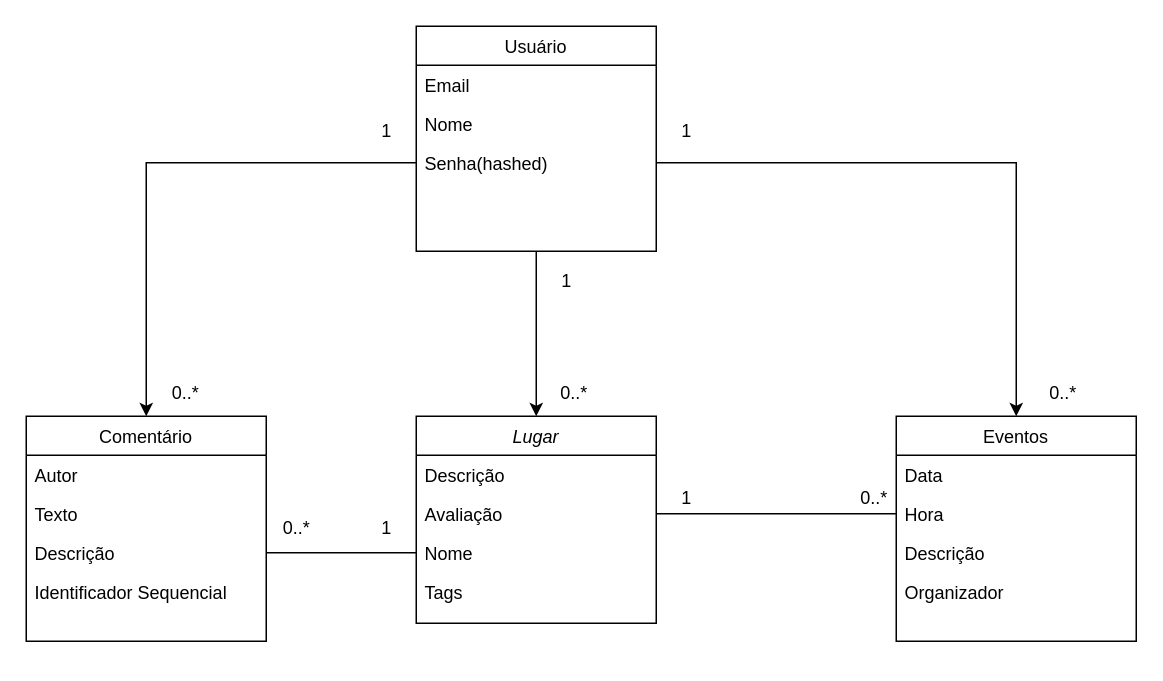
Earlier version of the draw.io diagram Locus.drawio (azevedofelipe/LocusPUC). Source tidied: cells renumbered, new cells numbered last; positions are measured from the earlier drawing's top-left corner, leaving out a move shared by most shapes. Both pictures are drawn from the tidied source at 150%, with x=0, y=0 at pixel (26, 26).
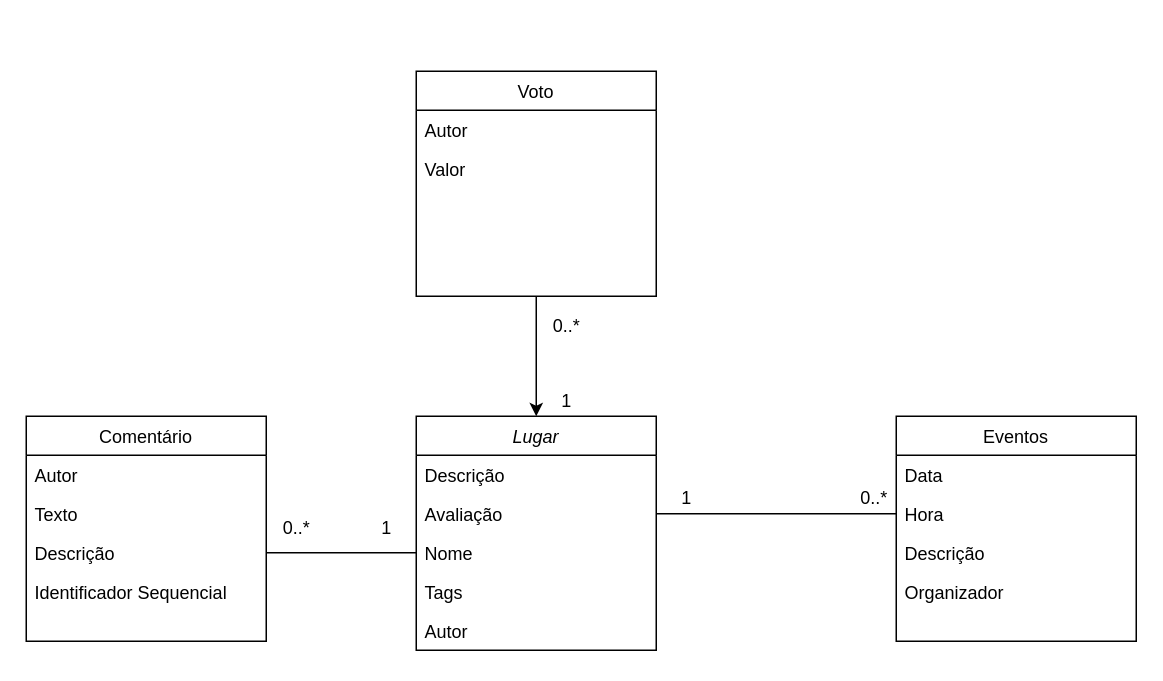
The same diagram, later.

The change refers to these unchanged cells:
```xml
<mxCell id="7" value="Eventos" style="swimlane;fontStyle=0;align=center;verticalAlign=top;horizontal=1;startSize=26;rounded=0;shadow=0;strokeWidth=1;" parent="1" vertex="1">
  <mxGeometry x="580" y="260" width="160" height="150" as="geometry" />
</mxCell>
<mxCell id="14" value="Comentário" style="swimlane;fontStyle=0;align=center;verticalAlign=top;horizontal=1;startSize=26;rounded=0;shadow=0;strokeWidth=1;" parent="1" vertex="1">
  <mxGeometry y="260" width="160" height="150" as="geometry" />
</mxCell>
```

The edit, as a diff of the source:
```diff
@@
     <mxCell id="2" value="Lugar" style="swimlane;fontStyle=2;align=center;verticalAlign=top;horizontal=1;startSize=26;rounded=0;shadow=0;strokeWidth=1;" parent="1" vertex="1">
-      <mxGeometry x="260" y="260" width="160" height="138" as="geometry" />
+      <mxGeometry x="260" y="260" width="160" height="156" as="geometry" />
     </mxCell>
@@
+    <mxCell id="36" value="Autor" style="text;align=left;verticalAlign=top;spacingLeft=4;spacingRight=4;overflow=hidden;rounded=0;shadow=0;html=0;" parent="2" vertex="1">
+      <mxGeometry y="130" width="160" height="26" as="geometry" />
+    </mxCell>
@@
-    <mxCell id="23" style="edgeStyle=orthogonalEdgeStyle;rounded=0;jettySize=auto;html=1;exitX=0.5;exitY=1;exitDx=0;exitDy=0;entryX=0.5;entryY=0;entryDx=0;entryDy=0;" parent="1" edge="1" source="24" target="2">
-      <mxGeometry relative="1" as="geometry" />
-    </mxCell>
-    <mxCell id="24" value="Usuário" style="swimlane;fontStyle=0;align=center;verticalAlign=top;horizontal=1;startSize=26;rounded=0;shadow=0;strokeWidth=1;" parent="1" vertex="1">
-      <mxGeometry x="260" width="160" height="150" as="geometry" />
-    </mxCell>
-    <mxCell id="25" value="Email" style="text;align=left;verticalAlign=top;spacingLeft=4;spacingRight=4;overflow=hidden;" parent="24" vertex="1">
-      <mxGeometry y="26" width="160" height="26" as="geometry" />
-    </mxCell>
-    <mxCell id="26" value="Nome" style="text;align=left;verticalAlign=top;spacingLeft=4;spacingRight=4;overflow=hidden;" parent="24" vertex="1">
-      <mxGeometry y="52" width="160" height="26" as="geometry" />
-    </mxCell>
-    <mxCell id="27" value="Senha(hashed)" style="text;align=left;verticalAlign=top;spacingLeft=4;spacingRight=4;overflow=hidden;points=[[0,0.5],[1,0.5]];portConstraint=eastwest;" parent="24" vertex="1">
-      <mxGeometry y="78" width="160" height="26" as="geometry" />
-    </mxCell>
-    <mxCell id="28" style="edgeStyle=orthogonalEdgeStyle;rounded=0;jettySize=auto;html=1;exitX=0;exitY=0.5;exitDx=0;exitDy=0;entryX=0.5;entryY=0;entryDx=0;entryDy=0;" parent="1" edge="1" source="27" target="14">
-      <mxGeometry relative="1" as="geometry" />
-    </mxCell>
-    <mxCell id="29" style="edgeStyle=orthogonalEdgeStyle;rounded=0;jettySize=auto;html=1;exitX=1;exitY=0.5;exitDx=0;exitDy=0;entryX=0.5;entryY=0;entryDx=0;entryDy=0;" parent="1" edge="1" source="27" target="7">
-      <mxGeometry relative="1" as="geometry" />
-    </mxCell>
-    <mxCell id="30" value="0..*" style="text;html=1;align=center;verticalAlign=middle;strokeColor=none;fillColor=none;" parent="1" vertex="1">
-      <mxGeometry x="86" y="230" width="40" height="30" as="geometry" />
-    </mxCell>
+    <mxCell id="37" style="edgeStyle=orthogonalEdgeStyle;rounded=0;jettySize=auto;html=1;exitX=0.5;exitY=1;exitDx=0;exitDy=0;entryX=0.5;entryY=0;entryDx=0;entryDy=0;" parent="1" edge="1" source="38" target="2">
+      <mxGeometry relative="1" as="geometry" />
+    </mxCell>
+    <mxCell id="38" value="Voto" style="swimlane;fontStyle=0;align=center;verticalAlign=top;horizontal=1;startSize=26;rounded=0;shadow=0;strokeWidth=1;" parent="1" vertex="1">
+      <mxGeometry x="260" y="30" width="160" height="150" as="geometry" />
+    </mxCell>
+    <mxCell id="39" value="Autor" style="text;align=left;verticalAlign=top;spacingLeft=4;spacingRight=4;overflow=hidden;" parent="38" vertex="1">
+      <mxGeometry y="26" width="160" height="26" as="geometry" />
+    </mxCell>
+    <mxCell id="40" value="Valor" style="text;align=left;verticalAlign=top;spacingLeft=4;spacingRight=4;overflow=hidden;" parent="38" vertex="1">
+      <mxGeometry y="52" width="160" height="26" as="geometry" />
+    </mxCell>
     <mxCell id="31" value="1" style="text;html=1;align=center;verticalAlign=middle;strokeColor=none;fillColor=none;" parent="1" vertex="1">
-      <mxGeometry x="230" y="60" width="20" height="20" as="geometry" />
+      <mxGeometry x="350" y="240" width="20" height="20" as="geometry" />
     </mxCell>
-    <mxCell id="32" value="&lt;div&gt;1&lt;/div&gt;" style="text;html=1;align=center;verticalAlign=middle;strokeColor=none;fillColor=none;" parent="1" vertex="1">
-      <mxGeometry x="350" y="160" width="20" height="20" as="geometry" />
-    </mxCell>
-    <mxCell id="33" value="&lt;div&gt;1&lt;/div&gt;" style="text;html=1;align=center;verticalAlign=middle;strokeColor=none;fillColor=none;" parent="1" vertex="1">
-      <mxGeometry x="430" y="60" width="20" height="20" as="geometry" />
-    </mxCell>
-    <mxCell id="34" value="0..*" style="text;html=1;align=center;verticalAlign=middle;strokeColor=none;fillColor=none;" parent="1" vertex="1">
-      <mxGeometry x="350" y="235" width="30" height="20" as="geometry" />
-    </mxCell>
-    <mxCell id="35" value="0..*" style="text;html=1;align=center;verticalAlign=middle;strokeColor=none;fillColor=none;" parent="1" vertex="1">
-      <mxGeometry x="676" y="235" width="30" height="20" as="geometry" />
-    </mxCell>
+    <mxCell id="41" value="0..*" style="text;html=1;align=center;verticalAlign=middle;strokeColor=none;fillColor=none;" parent="1" vertex="1">
+      <mxGeometry x="340" y="185" width="40" height="30" as="geometry" />
+    </mxCell>
```
